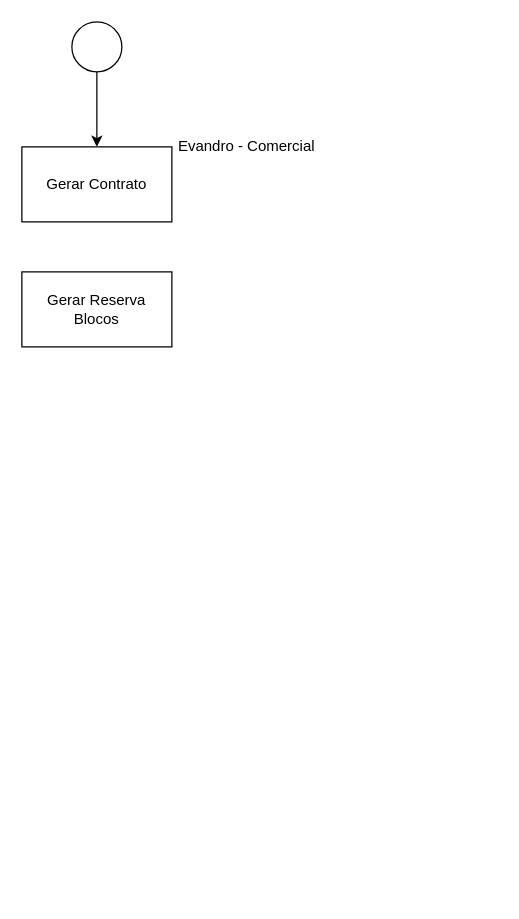
Above: comercial.drawio in oriovaldof/diagrams-producion (draw.io), before the change. Source tidied: cells renumbered, new cells numbered last; positions are measured from the earlier drawing's top-left corner, leaving out a move shared by most shapes. Both pictures are drawn from the tidied source at 125%, with x=0, y=0 at pixel (21, 21).
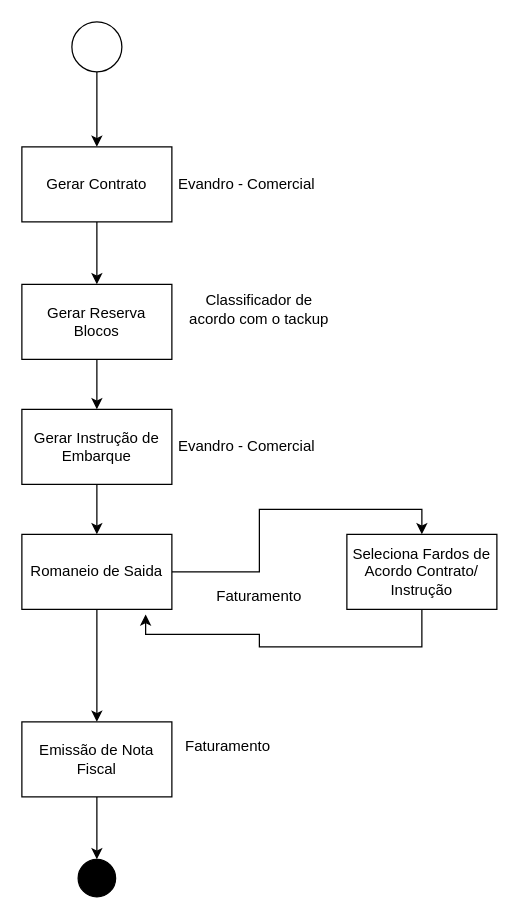
The same page after the edit.

Unchanged cells that the change refers to:
```xml
<mxCell id="4" value="Gerar Contrato" style="rounded=0;whiteSpace=wrap;html=1;" parent="1" vertex="1">
  <mxGeometry y="100" width="120" height="60" as="geometry" />
</mxCell>
```

What changed in the source:
```diff
@@
+    <mxCell id="7" style="edgeStyle=orthogonalEdgeStyle;rounded=0;jettySize=auto;html=1;entryX=0.5;entryY=0;entryDx=0;entryDy=0;" parent="1" edge="1" source="4" target="6">
+      <mxGeometry relative="1" as="geometry" />
+    </mxCell>
@@
     <mxCell id="5" value="Evandro - Comercial" style="text;html=1;strokeColor=none;fillColor=none;align=center;verticalAlign=middle;whiteSpace=wrap;rounded=0;" parent="1" vertex="1">
-      <mxGeometry x="120" y="90" width="120" height="20" as="geometry" />
+      <mxGeometry x="120" y="120" width="120" height="20" as="geometry" />
     </mxCell>
+    <mxCell id="8" style="edgeStyle=orthogonalEdgeStyle;rounded=0;jettySize=auto;html=1;entryX=0.5;entryY=0;entryDx=0;entryDy=0;" parent="1" edge="1" source="6" target="11">
+      <mxGeometry relative="1" as="geometry" />
+    </mxCell>
     <mxCell id="6" value="Gerar Reserva Blocos" style="rounded=0;whiteSpace=wrap;html=1;" parent="1" vertex="1">
-      <mxGeometry y="200" width="120" height="60" as="geometry" />
+      <mxGeometry y="210" width="120" height="60" as="geometry" />
     </mxCell>
+    <mxCell id="9" value="Classificador de acordo com o tackup" style="text;html=1;strokeColor=none;fillColor=none;align=center;verticalAlign=middle;whiteSpace=wrap;rounded=0;" parent="1" vertex="1">
+      <mxGeometry x="130" y="220" width="120" height="20" as="geometry" />
+    </mxCell>
+    <mxCell id="10" style="edgeStyle=orthogonalEdgeStyle;rounded=0;jettySize=auto;html=1;entryX=0.5;entryY=0;entryDx=0;entryDy=0;" parent="1" edge="1" source="11" target="15">
+      <mxGeometry relative="1" as="geometry" />
+    </mxCell>
+    <mxCell id="11" value="Gerar Instrução de Embarque" style="rounded=0;whiteSpace=wrap;html=1;" parent="1" vertex="1">
+      <mxGeometry y="310" width="120" height="60" as="geometry" />
+    </mxCell>
+    <mxCell id="12" value="Evandro - Comercial" style="text;html=1;strokeColor=none;fillColor=none;align=center;verticalAlign=middle;whiteSpace=wrap;rounded=0;" parent="1" vertex="1">
+      <mxGeometry x="120" y="330" width="120" height="20" as="geometry" />
+    </mxCell>
+    <mxCell id="13" style="edgeStyle=orthogonalEdgeStyle;rounded=0;jettySize=auto;html=1;entryX=0.5;entryY=0;entryDx=0;entryDy=0;" parent="1" edge="1" source="15" target="18">
+      <mxGeometry relative="1" as="geometry" />
+    </mxCell>
+    <mxCell id="14" style="edgeStyle=orthogonalEdgeStyle;rounded=0;jettySize=auto;html=1;entryX=0.5;entryY=0;entryDx=0;entryDy=0;" parent="1" edge="1" source="15" target="20">
+      <mxGeometry relative="1" as="geometry" />
+    </mxCell>
+    <mxCell id="15" value="Romaneio de Saida" style="rounded=0;whiteSpace=wrap;html=1;" parent="1" vertex="1">
+      <mxGeometry y="410" width="120" height="60" as="geometry" />
+    </mxCell>
+    <mxCell id="16" value="Faturamento" style="text;html=1;strokeColor=none;fillColor=none;align=center;verticalAlign=middle;whiteSpace=wrap;rounded=0;" parent="1" vertex="1">
+      <mxGeometry x="155" y="450" width="70" height="20" as="geometry" />
+    </mxCell>
+    <mxCell id="17" style="edgeStyle=orthogonalEdgeStyle;rounded=0;jettySize=auto;html=1;entryX=0.5;entryY=0;entryDx=0;entryDy=0;" parent="1" edge="1" source="18" target="22">
+      <mxGeometry relative="1" as="geometry" />
+    </mxCell>
+    <mxCell id="18" value="Emissão de Nota Fiscal" style="rounded=0;whiteSpace=wrap;html=1;" parent="1" vertex="1">
+      <mxGeometry y="560" width="120" height="60" as="geometry" />
+    </mxCell>
+    <mxCell id="19" style="edgeStyle=orthogonalEdgeStyle;rounded=0;jettySize=auto;html=1;entryX=0.825;entryY=1.067;entryDx=0;entryDy=0;entryPerimeter=0;" parent="1" edge="1" source="20" target="15">
+      <mxGeometry relative="1" as="geometry">
+        <Array as="points">
+          <mxPoint x="320" y="500" />
+          <mxPoint x="190" y="500" />
+          <mxPoint x="190" y="490" />
+          <mxPoint x="99" y="490" />
+        </Array>
+      </mxGeometry>
+    </mxCell>
+    <mxCell id="20" value="Seleciona Fardos de Acordo Contrato/ Instrução" style="rounded=0;whiteSpace=wrap;html=1;" parent="1" vertex="1">
+      <mxGeometry x="260" y="410" width="120" height="60" as="geometry" />
+    </mxCell>
+    <mxCell id="21" value="Faturamento" style="text;html=1;strokeColor=none;fillColor=none;align=center;verticalAlign=middle;whiteSpace=wrap;rounded=0;" parent="1" vertex="1">
+      <mxGeometry x="130" y="570" width="70" height="20" as="geometry" />
+    </mxCell>
+    <mxCell id="22" style="ellipse;whiteSpace=wrap;html=1;fillColor=#000000;" parent="1" vertex="1">
+      <mxGeometry x="45" y="670" width="30" height="30" as="geometry" />
+    </mxCell>
```
